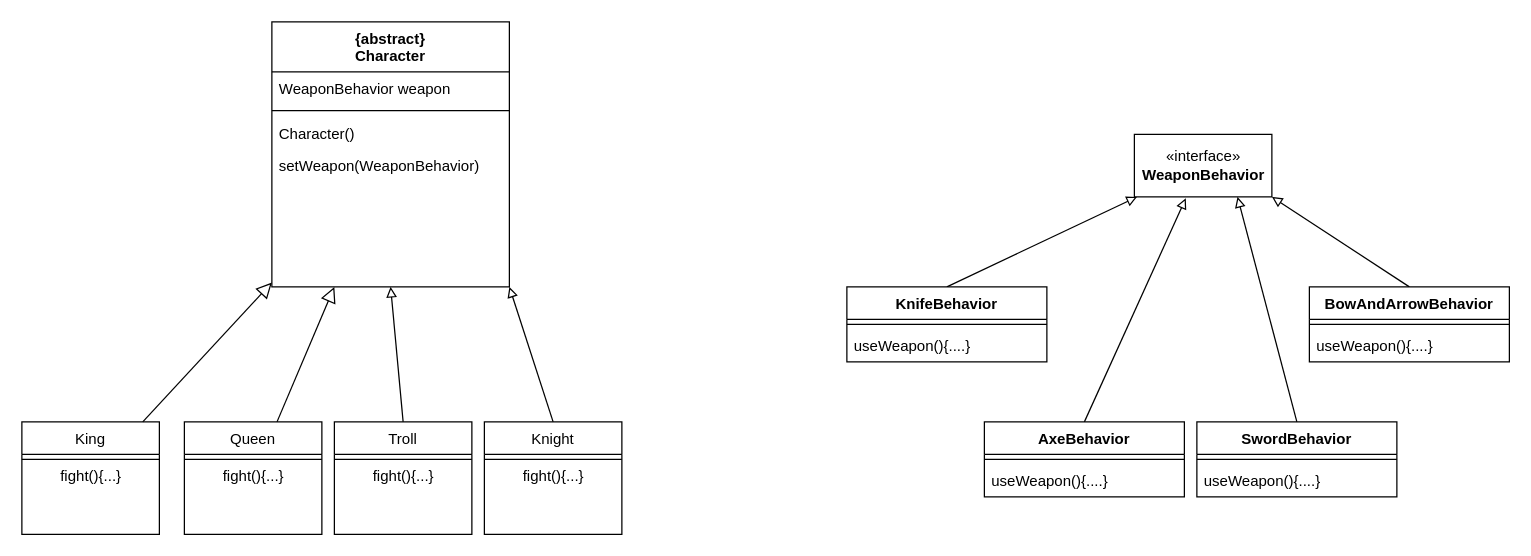
Earlier version of the draw.io diagram IngSoftPDWeapon.drawio (NehemiasMercau/IngenieriaDeSoftware). Source tidied: cells renumbered, new cells numbered last; positions are measured from the earlier drawing's top-left corner, leaving out a move shared by most shapes. Both pictures are drawn from the tidied source at 125%, with x=0, y=0 at pixel (21, 21).
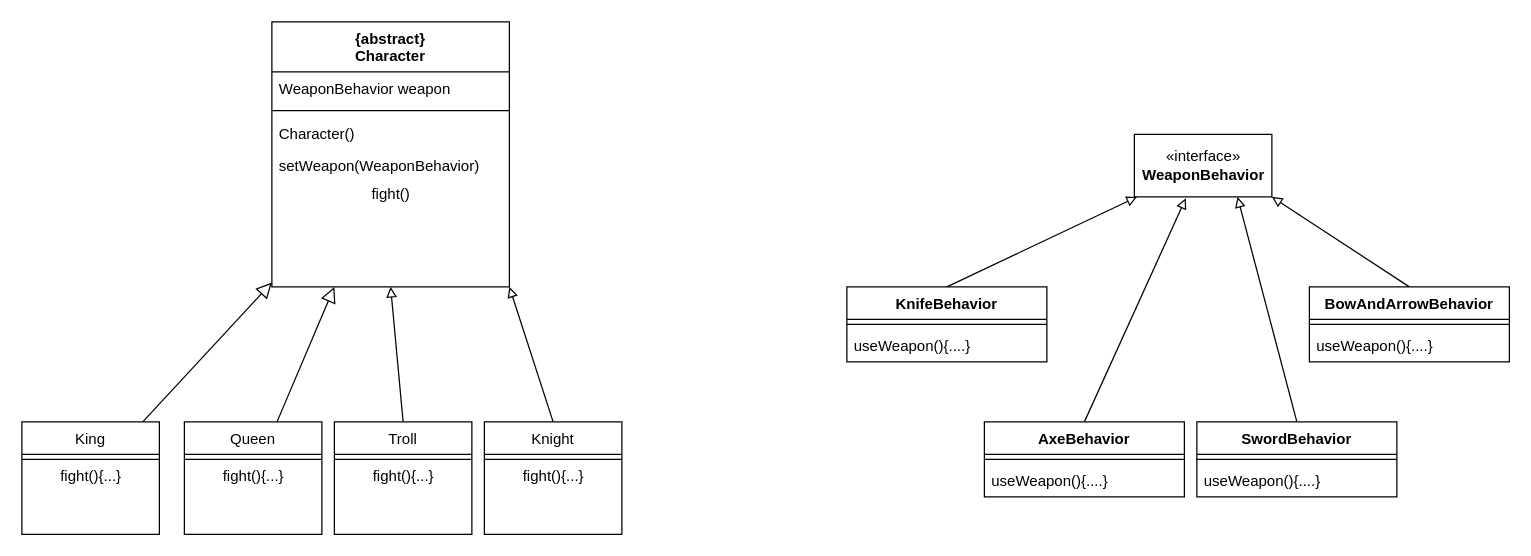
The same page after the edit.

Unchanged cells that the change refers to:
```xml
<mxCell id="2" value="{abstract}&#10;Character" style="swimlane;fontStyle=1;align=center;verticalAlign=top;horizontal=1;startSize=40;rounded=0;shadow=0;strokeWidth=1;" parent="1" vertex="1">
  <mxGeometry x="200" width="190" height="212" as="geometry" />
</mxCell>
```

Diff of the diagram source:
```diff
@@
+    <mxCell id="40" value="fight()" style="text;html=1;align=center;verticalAlign=middle;strokeColor=none;" parent="2" vertex="1">
+      <mxGeometry y="128" width="190" height="20" as="geometry" />
+    </mxCell>
```
